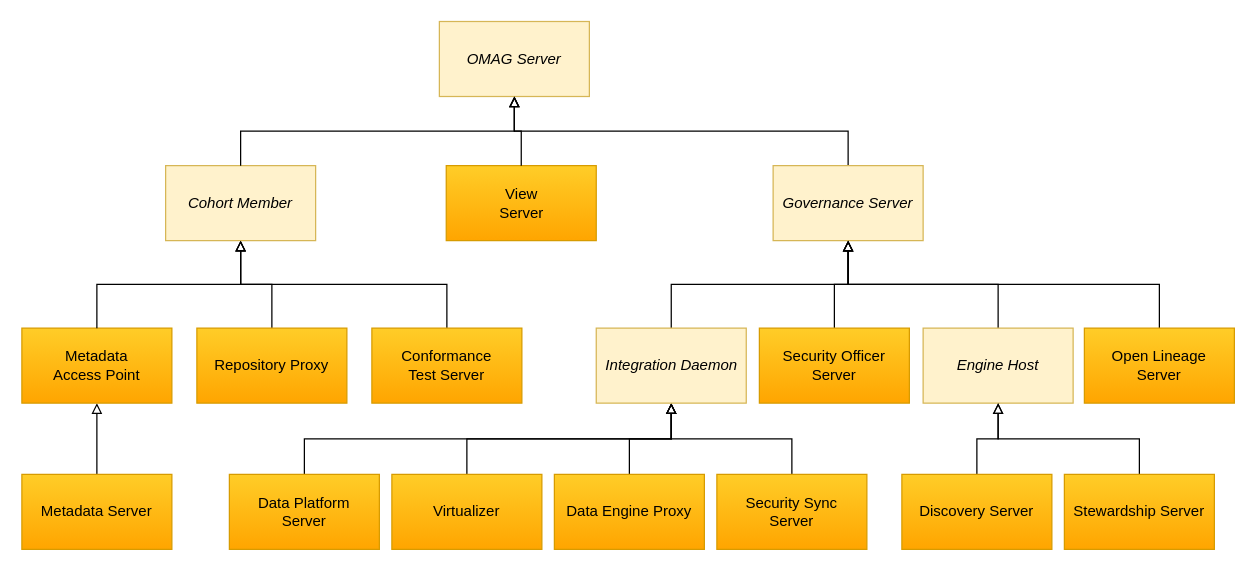
The draw.io diagram page "types-of-omag-servers" (2 of 26) of open-metadata-implementation/admin-services/docs/egeria-operations.drawio in odpi/egeria, before the edit. Source tidied: cells renumbered, new cells numbered last; positions are measured from the earlier drawing's top-left corner, leaving out a move shared by most shapes. Both pictures are drawn from the tidied source at 125%, with x=0, y=0 at pixel (21, 21).
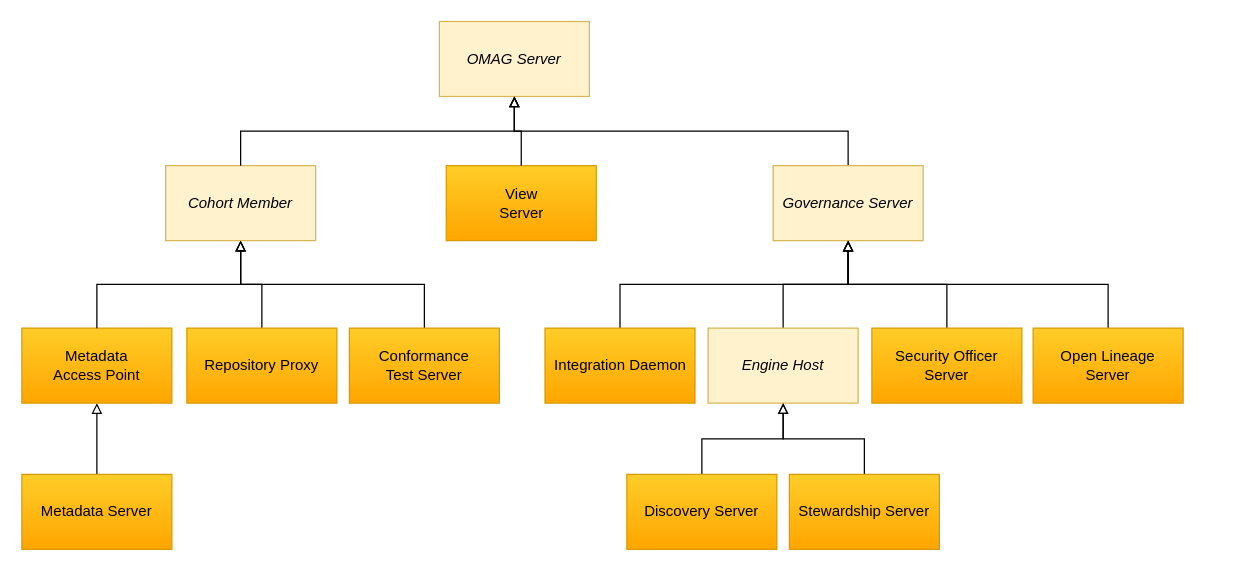
Above is the later version.

Diff of the diagram source:
```diff
@@
     <mxCell id="3" value="Engine Host" style="rounded=0;whiteSpace=wrap;html=1;fillColor=#fff2cc;strokeColor=#d6b656;fontStyle=2;" parent="1" vertex="1">
-      <mxGeometry x="721" y="245" width="120" height="60" as="geometry" />
+      <mxGeometry x="549" y="245" width="120" height="60" as="geometry" />
     </mxCell>
-    <mxCell id="4" style="edgeStyle=orthogonalEdgeStyle;rounded=0;jettySize=auto;html=1;exitX=0.5;exitY=0;exitDx=0;exitDy=0;entryX=0.5;entryY=1;entryDx=0;entryDy=0;endArrow=block;endFill=0;" parent="1" edge="1" source="5" target="30">
-      <mxGeometry relative="1" as="geometry" />
-    </mxCell>
-    <mxCell id="5" value="Virtualizer" style="rounded=0;whiteSpace=wrap;html=1;fillColor=#ffcd28;strokeColor=#d79b00;gradientColor=#ffa500;" parent="1" vertex="1">
-      <mxGeometry x="296" y="362" width="120" height="60" as="geometry" />
-    </mxCell>
-    <mxCell id="6" style="edgeStyle=orthogonalEdgeStyle;rounded=0;jettySize=auto;html=1;exitX=0.5;exitY=0;exitDx=0;exitDy=0;entryX=0.5;entryY=1;entryDx=0;entryDy=0;endArrow=block;endFill=0;" parent="1" edge="1" source="7" target="30">
-      <mxGeometry relative="1" as="geometry" />
-    </mxCell>
-    <mxCell id="7" value="Security Sync&lt;br&gt;Server&lt;br&gt;" style="rounded=0;whiteSpace=wrap;html=1;fillColor=#ffcd28;strokeColor=#d79b00;gradientColor=#ffa500;" parent="1" vertex="1">
-      <mxGeometry x="556" y="362" width="120" height="60" as="geometry" />
-    </mxCell>
@@
     <mxCell id="9" value="Discovery Server&lt;br&gt;" style="rounded=0;whiteSpace=wrap;html=1;fillColor=#ffcd28;strokeColor=#d79b00;gradientColor=#ffa500;" parent="1" vertex="1">
-      <mxGeometry x="704" y="362" width="120" height="60" as="geometry" />
+      <mxGeometry x="484" y="362" width="120" height="60" as="geometry" />
     </mxCell>
@@
     <mxCell id="11" value="Stewardship Server&lt;br&gt;" style="rounded=0;whiteSpace=wrap;html=1;fillColor=#ffcd28;strokeColor=#d79b00;gradientColor=#ffa500;" parent="1" vertex="1">
-      <mxGeometry x="834" y="362" width="120" height="60" as="geometry" />
+      <mxGeometry x="614" y="362" width="120" height="60" as="geometry" />
     </mxCell>
@@
     <mxCell id="13" value="Conformance&lt;br&gt;Test Server" style="rounded=0;whiteSpace=wrap;html=1;fillColor=#ffcd28;strokeColor=#d79b00;gradientColor=#ffa500;" parent="1" vertex="1">
-      <mxGeometry x="280" y="245" width="120" height="60" as="geometry" />
+      <mxGeometry x="262" y="245" width="120" height="60" as="geometry" />
     </mxCell>
@@
     <mxCell id="15" value="Repository Proxy" style="rounded=0;whiteSpace=wrap;html=1;fillColor=#ffcd28;strokeColor=#d79b00;gradientColor=#ffa500;" parent="1" vertex="1">
-      <mxGeometry x="140" y="245" width="120" height="60" as="geometry" />
+      <mxGeometry x="132" y="245" width="120" height="60" as="geometry" />
     </mxCell>
@@
     <mxCell id="21" value="Security Officer Server" style="rounded=0;whiteSpace=wrap;html=1;fillColor=#ffcd28;strokeColor=#d79b00;gradientColor=#ffa500;" parent="1" vertex="1">
-      <mxGeometry x="590" y="245" width="120" height="60" as="geometry" />
+      <mxGeometry x="680" y="245" width="120" height="60" as="geometry" />
     </mxCell>
-    <mxCell id="22" style="edgeStyle=orthogonalEdgeStyle;rounded=0;jettySize=auto;html=1;exitX=0.5;exitY=0;exitDx=0;exitDy=0;entryX=0.5;entryY=1;entryDx=0;entryDy=0;endArrow=block;endFill=0;" parent="1" edge="1" source="23" target="30">
-      <mxGeometry relative="1" as="geometry" />
-    </mxCell>
-    <mxCell id="23" value="Data Engine Proxy" style="rounded=0;whiteSpace=wrap;html=1;fillColor=#ffcd28;strokeColor=#d79b00;gradientColor=#ffa500;" parent="1" vertex="1">
-      <mxGeometry x="426" y="362" width="120" height="60" as="geometry" />
-    </mxCell>
-    <mxCell id="24" style="edgeStyle=orthogonalEdgeStyle;rounded=0;jettySize=auto;html=1;exitX=0.5;exitY=0;exitDx=0;exitDy=0;endArrow=block;endFill=0;" parent="1" edge="1" source="25" target="30">
-      <mxGeometry relative="1" as="geometry" />
-    </mxCell>
-    <mxCell id="25" value="Data Platform&lt;br&gt;Server" style="rounded=0;whiteSpace=wrap;html=1;fillColor=#ffcd28;strokeColor=#d79b00;gradientColor=#ffa500;" parent="1" vertex="1">
-      <mxGeometry x="166" y="362" width="120" height="60" as="geometry" />
-    </mxCell>
@@
     <mxCell id="27" value="Open Lineage&lt;br&gt;Server" style="rounded=0;whiteSpace=wrap;html=1;fillColor=#ffcd28;strokeColor=#d79b00;gradientColor=#ffa500;" parent="1" vertex="1">
-      <mxGeometry x="850" y="245" width="120" height="60" as="geometry" />
+      <mxGeometry x="809" y="245" width="120" height="60" as="geometry" />
     </mxCell>
@@
-    <mxCell id="30" value="Integration Daemon" style="rounded=0;whiteSpace=wrap;html=1;fillColor=#fff2cc;strokeColor=#d6b656;fontStyle=2;" parent="1" vertex="1">
-      <mxGeometry x="459.5" y="245" width="120" height="60" as="geometry" />
+    <mxCell id="30" value="Integration Daemon" style="rounded=0;whiteSpace=wrap;html=1;fillColor=#ffcd28;strokeColor=#d79b00;fontStyle=0;gradientColor=#ffa500;" parent="1" vertex="1">
+      <mxGeometry x="418.5" y="245" width="120" height="60" as="geometry" />
     </mxCell>
```
